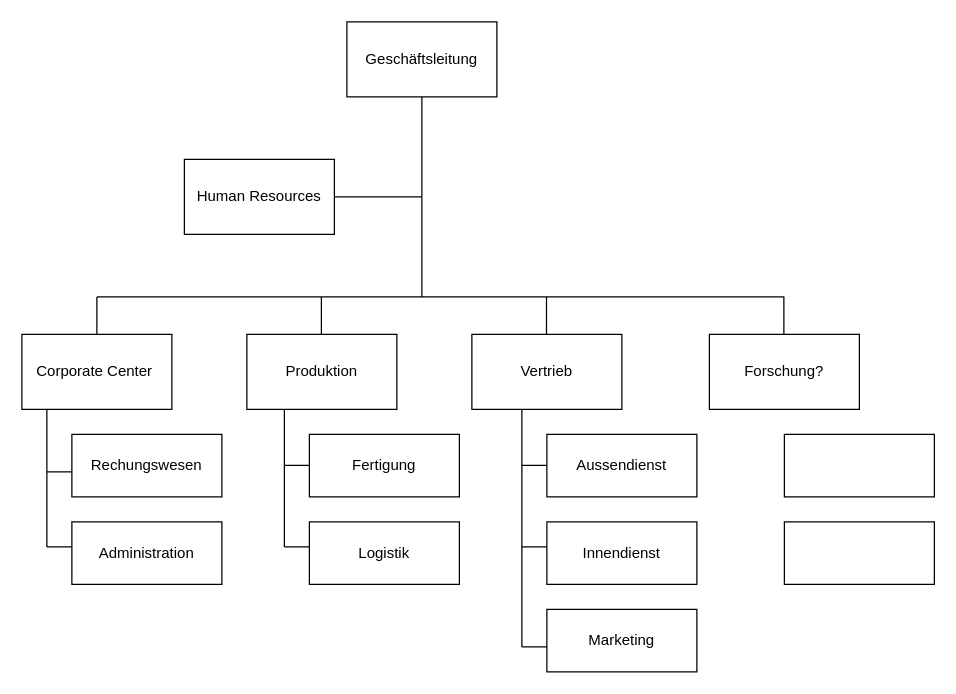
The draw.io diagram Organigramm.drawio in Henrik-Rinab/Planz-AG-Prozessmanagement, before the edit. Source tidied: cells renumbered, new cells numbered last; positions are measured from the earlier drawing's top-left corner, leaving out a move shared by most shapes. Both pictures are drawn from the tidied source at 125%, with x=0, y=0 at pixel (21, 21).
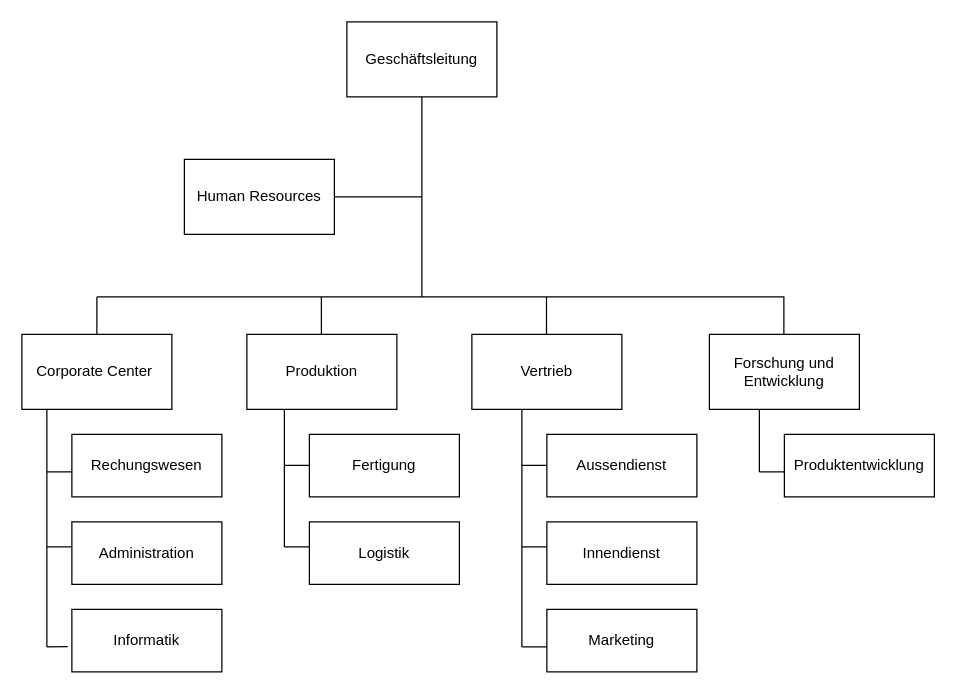
The same diagram, later.

The edit, as a diff of the source:
```diff
@@
-    <mxCell id="6" value="Forschung?" style="rounded=0;whiteSpace=wrap;html=1;" parent="1" vertex="1">
+    <mxCell id="6" value="Forschung und Entwicklung" style="rounded=0;whiteSpace=wrap;html=1;" parent="1" vertex="1">
       <mxGeometry x="550" y="250" width="120" height="60" as="geometry" />
     </mxCell>
@@
-    <mxCell id="21" style="rounded=0;whiteSpace=wrap;html=1;" parent="1" vertex="1">
+    <mxCell id="21" value="Produktentwicklung" style="rounded=0;whiteSpace=wrap;html=1;" parent="1" vertex="1">
       <mxGeometry x="610" y="330" width="120" height="50" as="geometry" />
     </mxCell>
-    <mxCell id="22" style="rounded=0;whiteSpace=wrap;html=1;" parent="1" vertex="1">
-      <mxGeometry x="610" y="400" width="120" height="50" as="geometry" />
-    </mxCell>
     <mxCell id="23" style="endArrow=none;html=1;rounded=0;" parent="1" edge="1">
       <mxGeometry relative="1" as="geometry">
-        <mxPoint x="20" y="420" as="sourcePoint" />
+        <mxPoint x="20" y="500" as="sourcePoint" />
         <mxPoint x="20" y="310" as="targetPoint" />
       </mxGeometry>
     </mxCell>
@@
+    <mxCell id="34" value="Informatik" style="rounded=0;whiteSpace=wrap;html=1;" parent="1" vertex="1">
+      <mxGeometry x="40" y="470" width="120" height="50" as="geometry" />
+    </mxCell>
+    <mxCell id="35" style="endArrow=none;html=1;rounded=0;exitX=-0.027;exitY=0.597;exitDx=0;exitDy=0;exitPerimeter=0;" parent="1" edge="1" source="34">
+      <mxGeometry relative="1" as="geometry">
+        <mxPoint x="20" y="500" as="targetPoint" />
+      </mxGeometry>
+    </mxCell>
+    <mxCell id="36" style="endArrow=none;html=1;rounded=0;" parent="1" edge="1">
+      <mxGeometry relative="1" as="geometry">
+        <mxPoint x="590" y="360" as="sourcePoint" />
+        <mxPoint x="590" y="310" as="targetPoint" />
+      </mxGeometry>
+    </mxCell>
+    <mxCell id="37" style="endArrow=none;html=1;rounded=0;" parent="1" edge="1">
+      <mxGeometry relative="1" as="geometry">
+        <mxPoint x="590" y="360" as="sourcePoint" />
+        <mxPoint x="610" y="360" as="targetPoint" />
+      </mxGeometry>
+    </mxCell>
```
